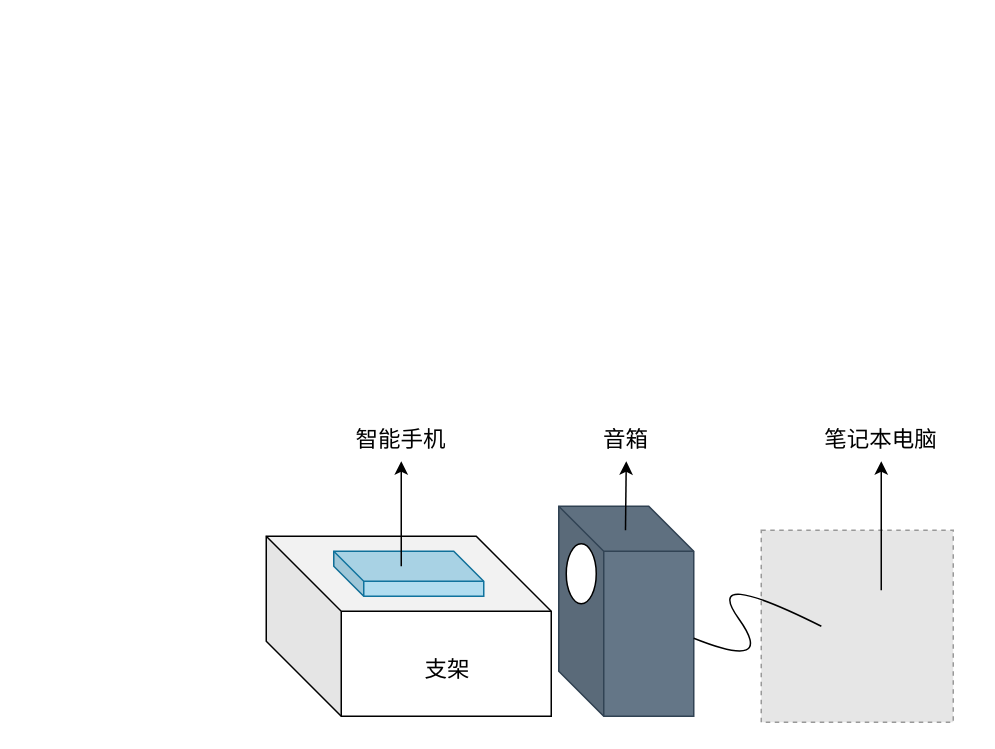
Earlier version of the draw.io diagram page "第 1 页" (1 of 4) of 未命名绘图.drawio (alchemy-lee/common-resource). Source tidied: cells renumbered, new cells numbered last; positions are measured from the earlier drawing's top-left corner, leaving out a move shared by most shapes. Both pictures are drawn from the tidied source at 150%, with x=0, y=0 at pixel (266, 416). Pictures stored in the file or linked from it are replaced by grey dashed boxes.
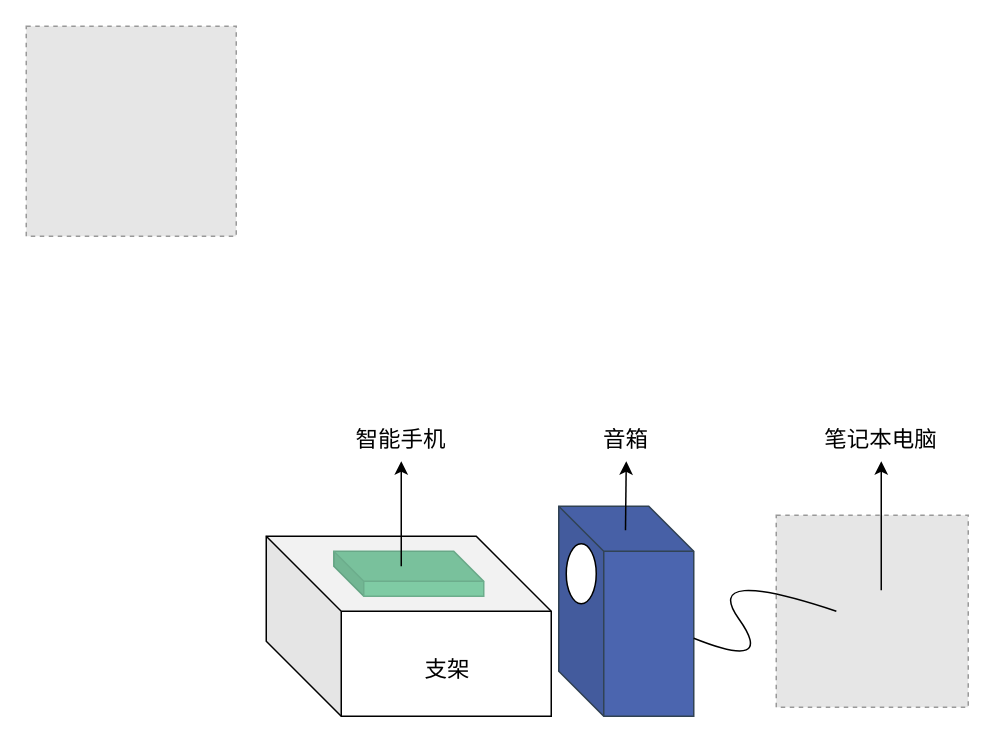
Above is the later version.

Diff of the diagram source:
```diff
@@
     <mxCell id="2" style="fillColor=#E6E6E6;strokeColor=#999999;dashed=1;html=1;verticalAlign=top;verticalLabelPosition=bottom;labelBackgroundColor=#ffffff;" parent="1" vertex="1">
-      <mxGeometry x="330" y="76" width="128" height="128" as="geometry" />
+      <mxGeometry x="340" y="66" width="128" height="128" as="geometry" />
     </mxCell>
@@
-    <mxCell id="4" style="shape=cube;whiteSpace=wrap;html=1;boundedLbl=1;backgroundOutline=1;darkOpacity=0.05;darkOpacity2=0.1;fillColor=#b1ddf0;strokeColor=#10739e;" parent="1" vertex="1">
+    <mxCell id="4" style="shape=cube;whiteSpace=wrap;html=1;boundedLbl=1;backgroundOutline=1;darkOpacity=0.05;darkOpacity2=0.1;fillColor=#7FCBA4;strokeColor=#6CAD8C;" parent="1" vertex="1">
       <mxGeometry x="45" y="90" width="100" height="30" as="geometry" />
     </mxCell>
-    <mxCell id="5" style="shape=cube;whiteSpace=wrap;html=1;boundedLbl=1;backgroundOutline=1;darkOpacity=0.05;darkOpacity2=0.1;size=30;fillColor=#647687;strokeColor=#314354;fontColor=#ffffff;" parent="1" vertex="1">
+    <mxCell id="5" style="shape=cube;whiteSpace=wrap;html=1;boundedLbl=1;backgroundOutline=1;darkOpacity=0.05;darkOpacity2=0.1;size=30;fillColor=#4B65AF;strokeColor=#314354;fontColor=#ffffff;" parent="1" vertex="1">
       <mxGeometry x="195" y="60" width="90" height="140" as="geometry" />
     </mxCell>
-    <mxCell id="6" style="ellipse;whiteSpace=wrap;html=1;" parent="1" vertex="1">
+    <mxCell id="6" style="ellipse;whiteSpace=wrap;html=1;rotation=0;" parent="1" vertex="1">
       <mxGeometry x="200" y="85" width="20" height="40" as="geometry" />
     </mxCell>
@@
+    <mxCell id="15" style="fillColor=#E6E6E6;strokeColor=#999999;dashed=1;verticalLabelPosition=bottom;labelBackgroundColor=default;verticalAlign=top;rotation=0;" parent="1" vertex="1">
+      <mxGeometry x="-160" y="-260" width="140" height="140" as="geometry" />
+    </mxCell>
```
